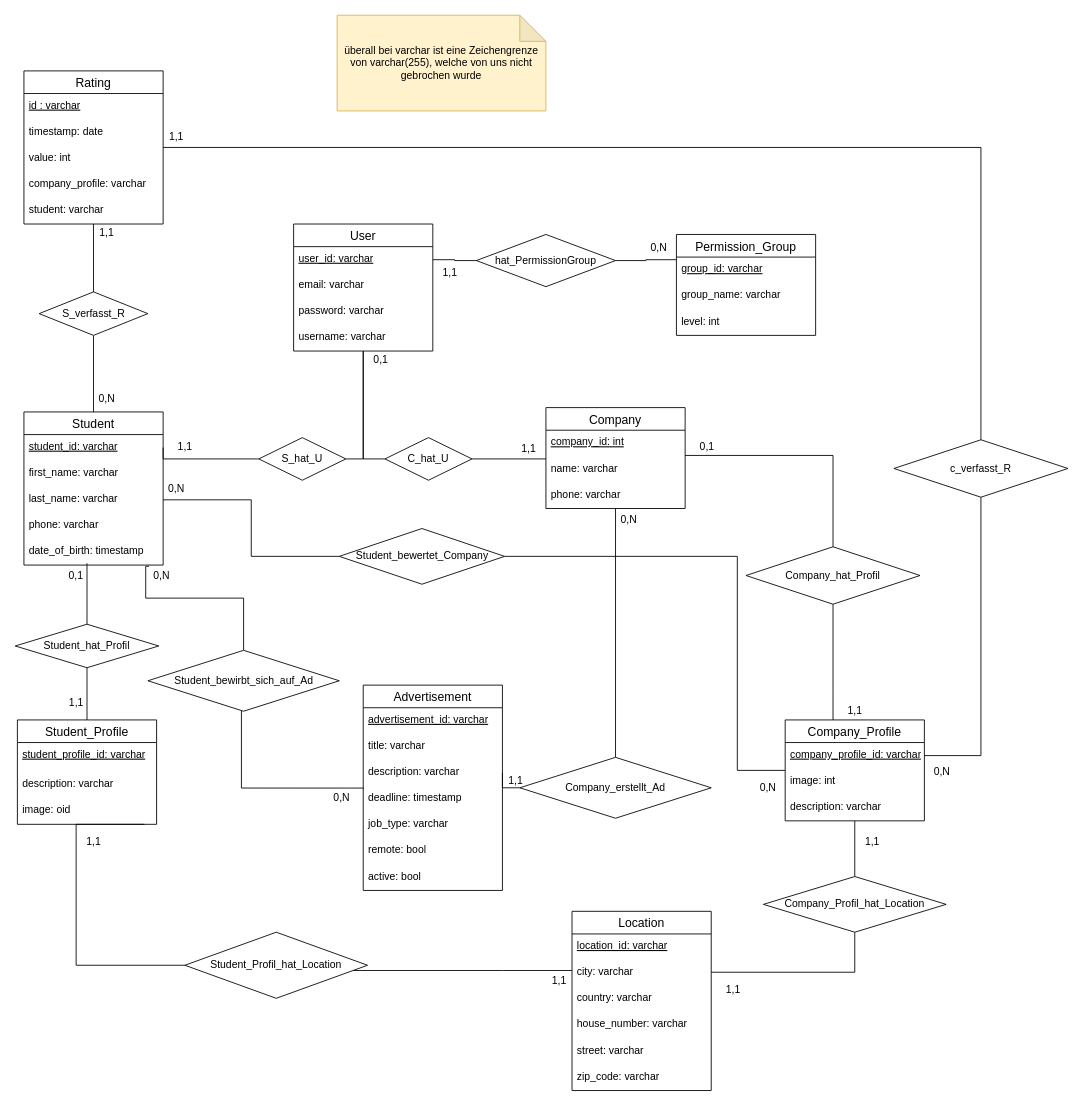
Before: page "Semantisch" (2 of 2) of doc/diagram/ERDiagramm.drawio in KlaraGolubovic/SE02, a draw.io diagram. Source tidied: cells renumbered, new cells numbered last; positions are measured from the earlier drawing's top-left corner, leaving out a move shared by most shapes. Both pictures are drawn from the tidied source at 87%, with x=0, y=0 at pixel (15, 15).
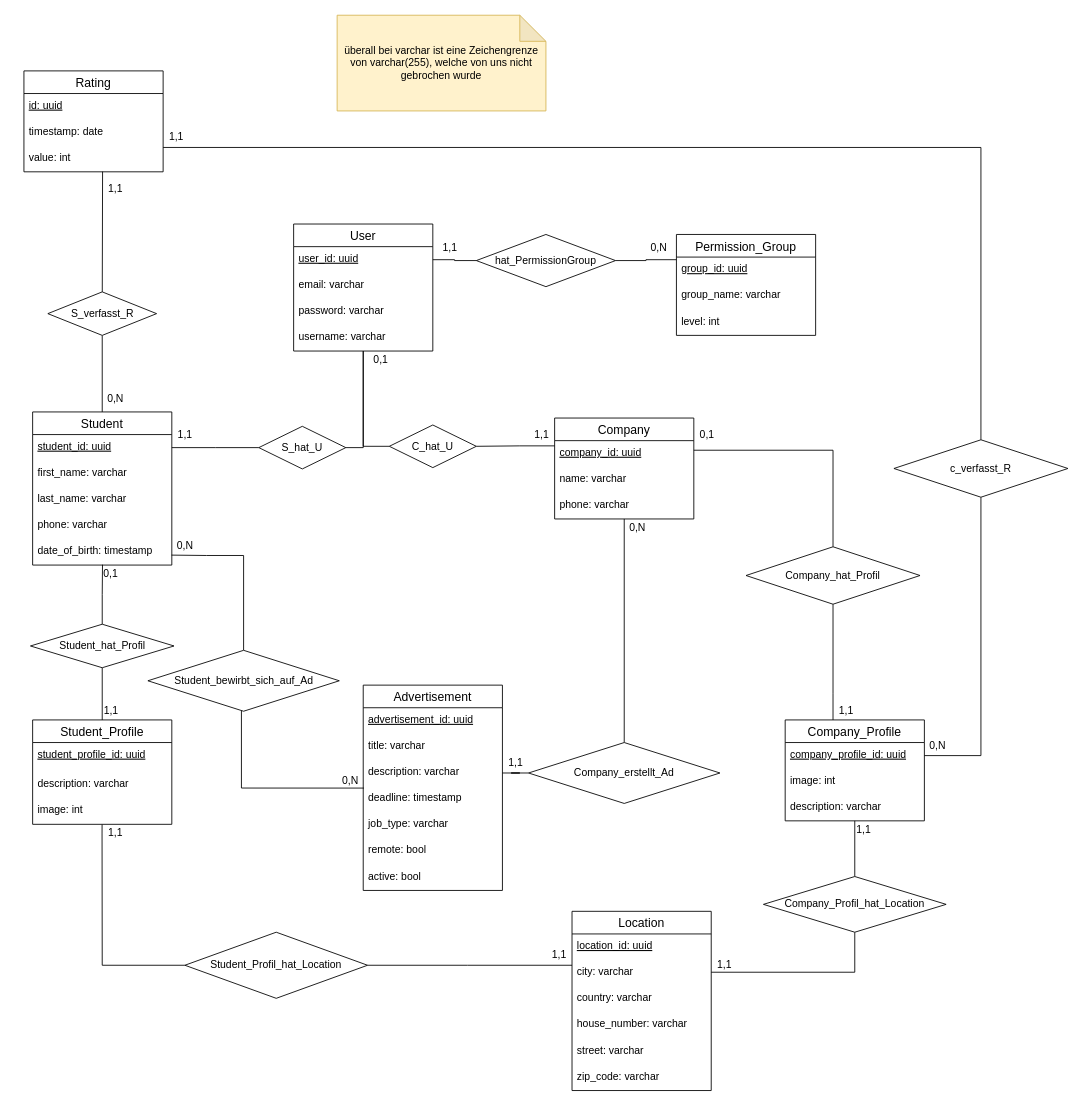
The same page after the edit.

Unchanged cells that the change refers to:
```xml
<mxCell id="6" value="User" style="swimlane;fontStyle=0;horizontal=1;startSize=26;align=center;fontSize=14;" parent="1" vertex="1">
  <mxGeometry x="320" y="240" width="160" height="146" as="geometry" />
</mxCell>
<mxCell id="11" value="Permission_Group" style="swimlane;fontStyle=0;horizontal=1;startSize=26;align=center;fontSize=14;" parent="1" vertex="1">
  <mxGeometry x="760" y="252" width="160" height="116" as="geometry" />
</mxCell>
<mxCell id="16" value="Advertisement" style="swimlane;fontStyle=0;horizontal=1;startSize=26;align=center;fontSize=14;" parent="1" vertex="1">
  <mxGeometry x="400" y="770" width="160" height="236" as="geometry" />
</mxCell>
<mxCell id="30" value="last_name: varchar" style="text;strokeColor=none;fillColor=none;spacingLeft=4;spacingRight=4;overflow=hidden;points=[[0,0.5],[1,0.5]];portConstraint=eastwest;fontSize=12;fontStyle=0;" parent="27" vertex="1">
  <mxGeometry y="86" width="160" height="30" as="geometry" />
</mxCell>
<mxCell id="32" value="date_of_birth: timestamp" style="text;strokeColor=none;fillColor=none;spacingLeft=4;spacingRight=4;overflow=hidden;points=[[0,0.5],[1,0.5]];portConstraint=eastwest;fontSize=12;fontStyle=0;" parent="27" vertex="1">
  <mxGeometry y="146" width="160" height="30" as="geometry" />
</mxCell>
<mxCell id="43" value="Student_bewirbt_sich_auf_Ad" style="shape=rhombus;perimeter=rhombusPerimeter;whiteSpace=wrap;html=1;align=center;fontSize=12;" parent="1" vertex="1">
  <mxGeometry x="152.5" y="730" width="220" height="70" as="geometry" />
</mxCell>
<mxCell id="51" value="Company_Profile" style="swimlane;fontStyle=0;horizontal=1;startSize=26;align=center;fontSize=14;" parent="1" vertex="1">
  <mxGeometry x="885" y="810" width="160" height="116" as="geometry" />
</mxCell>
<mxCell id="59" value="Company_hat_Profil" style="shape=rhombus;perimeter=rhombusPerimeter;whiteSpace=wrap;html=1;align=center;fontSize=12;" parent="1" vertex="1">
  <mxGeometry x="840" y="611" width="200" height="66" as="geometry" />
</mxCell>
<mxCell id="67" value="Location" style="swimlane;fontStyle=0;horizontal=1;startSize=26;align=center;fontSize=14;" parent="1" vertex="1">
  <mxGeometry x="640" y="1030" width="160" height="206" as="geometry" />
</mxCell>
<mxCell id="79" value="Student_Profil_hat_Location" style="shape=rhombus;perimeter=rhombusPerimeter;whiteSpace=wrap;html=1;align=center;fontSize=12;" parent="1" vertex="1">
  <mxGeometry x="195" y="1054" width="210" height="76" as="geometry" />
</mxCell>
<mxCell id="91" value="value: int" style="text;strokeColor=none;fillColor=none;spacingLeft=4;spacingRight=4;overflow=hidden;points=[[0,0.5],[1,0.5]];portConstraint=eastwest;fontSize=12;" parent="88" vertex="1">
  <mxGeometry y="86" width="160" height="30" as="geometry" />
</mxCell>
```

Diff of the diagram source:
```diff
@@
     <mxCell id="4" style="edgeStyle=orthogonalEdgeStyle;rounded=0;jettySize=auto;html=1;entryX=1;entryY=0.5;entryDx=0;entryDy=0;endArrow=none;endFill=0;" parent="1" edge="1" source="6" target="100">
       <mxGeometry relative="1" as="geometry">
         <Array as="points">
-          <mxPoint x="400" y="510" />
+          <mxPoint x="400" y="497" />
         </Array>
       </mxGeometry>
     </mxCell>
     <mxCell id="5" style="edgeStyle=orthogonalEdgeStyle;rounded=0;jettySize=auto;html=1;entryX=0;entryY=0.5;entryDx=0;entryDy=0;endArrow=none;endFill=0;" parent="1" edge="1" source="6" target="101">
-      <mxGeometry relative="1" as="geometry" />
+      <mxGeometry relative="1" as="geometry">
+        <Array as="points">
+          <mxPoint x="400" y="496" />
+        </Array>
+      </mxGeometry>
     </mxCell>
@@
-    <mxCell id="7" value="user_id: varchar" style="text;strokeColor=none;fillColor=none;spacingLeft=4;spacingRight=4;overflow=hidden;points=[[0,0.5],[1,0.5]];portConstraint=eastwest;fontSize=12;fontStyle=4;" parent="6" vertex="1">
+    <mxCell id="7" value="user_id: uuid" style="text;strokeColor=none;fillColor=none;spacingLeft=4;spacingRight=4;overflow=hidden;points=[[0,0.5],[1,0.5]];portConstraint=eastwest;fontSize=12;fontStyle=4;" parent="6" vertex="1">
       <mxGeometry y="26" width="160" height="30" as="geometry" />
     </mxCell>
@@
-    <mxCell id="12" value="group_id: varchar" style="text;strokeColor=none;fillColor=none;spacingLeft=4;spacingRight=4;overflow=hidden;fontSize=12;fontStyle=4;" parent="11" vertex="1">
+    <mxCell id="12" value="group_id: uuid" style="text;strokeColor=none;fillColor=none;spacingLeft=4;spacingRight=4;overflow=hidden;fontSize=12;fontStyle=4;" parent="11" vertex="1">
       <mxGeometry y="26" width="160" height="30" as="geometry" />
     </mxCell>
@@
-    <mxCell id="17" value="advertisement_id: varchar" style="text;strokeColor=none;fillColor=none;spacingLeft=4;spacingRight=4;overflow=hidden;fontSize=12;fontStyle=4;" parent="16" vertex="1">
+    <mxCell id="17" value="advertisement_id: uuid" style="text;strokeColor=none;fillColor=none;spacingLeft=4;spacingRight=4;overflow=hidden;fontSize=12;fontStyle=4;" parent="16" vertex="1">
       <mxGeometry y="26" width="160" height="30" as="geometry" />
     </mxCell>
@@
     <mxCell id="26" value="Company_erstellt_Ad" style="shape=rhombus;perimeter=rhombusPerimeter;whiteSpace=wrap;html=1;align=center;fontSize=12;" parent="1" vertex="1">
-      <mxGeometry x="580" y="853" width="220" height="70" as="geometry" />
+      <mxGeometry x="590" y="836" width="220" height="70" as="geometry" />
     </mxCell>
     <mxCell id="27" value="Student" style="swimlane;fontStyle=0;horizontal=1;startSize=26;align=center;fontSize=14;" parent="1" vertex="1">
-      <mxGeometry x="10" y="456" width="160" height="176" as="geometry" />
+      <mxGeometry x="20" y="456" width="160" height="176" as="geometry" />
     </mxCell>
-    <mxCell id="28" value="student_id: varchar" style="text;strokeColor=none;fillColor=none;spacingLeft=4;spacingRight=4;overflow=hidden;points=[[0,0.5],[1,0.5]];portConstraint=eastwest;fontSize=12;fontStyle=4;" parent="27" vertex="1">
+    <mxCell id="28" value="student_id: uuid" style="text;strokeColor=none;fillColor=none;spacingLeft=4;spacingRight=4;overflow=hidden;points=[[0,0.5],[1,0.5]];portConstraint=eastwest;fontSize=12;fontStyle=4;" parent="27" vertex="1">
       <mxGeometry y="26" width="160" height="30" as="geometry" />
     </mxCell>
@@
     <mxCell id="33" style="edgeStyle=orthogonalEdgeStyle;rounded=0;jettySize=auto;html=1;entryX=1;entryY=0.5;entryDx=0;entryDy=0;endArrow=none;endFill=0;" parent="1" edge="1" source="35" target="101">
       <mxGeometry relative="1" as="geometry">
         <Array as="points">
-          <mxPoint x="720" y="510" />
-          <mxPoint x="720" y="510" />
+          <mxPoint x="580" y="495" />
+          <mxPoint x="580" y="495" />
         </Array>
       </mxGeometry>
     </mxCell>
     <mxCell id="34" style="edgeStyle=orthogonalEdgeStyle;rounded=0;jettySize=auto;html=1;entryX=0.5;entryY=0;entryDx=0;entryDy=0;endArrow=none;endFill=0;" parent="1" edge="1" source="35" target="59">
       <mxGeometry relative="1" as="geometry">
         <Array as="points">
-          <mxPoint x="940" y="506" />
+          <mxPoint x="940" y="500" />
         </Array>
       </mxGeometry>
     </mxCell>
     <mxCell id="35" value="Company" style="swimlane;fontStyle=0;horizontal=1;startSize=26;align=center;fontSize=14;" parent="1" vertex="1">
-      <mxGeometry x="610" y="451" width="160" height="116" as="geometry" />
+      <mxGeometry x="620" y="463" width="160" height="116" as="geometry" />
     </mxCell>
-    <mxCell id="36" value="company_id: int" style="text;strokeColor=none;fillColor=none;spacingLeft=4;spacingRight=4;overflow=hidden;fontSize=12;fontStyle=4;" parent="35" vertex="1">
+    <mxCell id="36" value="company_id: uuid" style="text;strokeColor=none;fillColor=none;spacingLeft=4;spacingRight=4;overflow=hidden;fontSize=12;fontStyle=4;" parent="35" vertex="1">
       <mxGeometry y="26" width="160" height="30" as="geometry" />
     </mxCell>
@@
     <mxCell id="39" value="1,1" style="text;html=1;strokeColor=none;fillColor=none;align=center;verticalAlign=middle;whiteSpace=wrap;rounded=0;fontSize=12;" parent="1" vertex="1">
-      <mxGeometry x="470" y="281" width="60" height="30" as="geometry" />
+      <mxGeometry x="470" y="252" width="60" height="30" as="geometry" />
     </mxCell>
@@
-    <mxCell id="42" style="edgeStyle=orthogonalEdgeStyle;rounded=0;jettySize=auto;html=1;entryX=0.899;entryY=1.046;entryDx=0;entryDy=0;endArrow=none;endFill=0;entryPerimeter=0;" parent="1" edge="1" source="43" target="32">
+    <mxCell id="42" style="edgeStyle=orthogonalEdgeStyle;rounded=0;jettySize=auto;html=1;endArrow=none;endFill=0;entryX=0.998;entryY=0.619;entryDx=0;entryDy=0;entryPerimeter=0;" parent="1" edge="1" source="43" target="32">
       <mxGeometry relative="1" as="geometry">
         <Array as="points">
-          <mxPoint x="262" y="670" />
-          <mxPoint x="150" y="670" />
-          <mxPoint x="150" y="633" />
+          <mxPoint x="263" y="621" />
+          <mxPoint x="220" y="621" />
         </Array>
       </mxGeometry>
     </mxCell>
@@
     <mxCell id="44" value="0,1" style="text;html=1;strokeColor=none;fillColor=none;align=center;verticalAlign=middle;whiteSpace=wrap;rounded=0;fontSize=12;" parent="1" vertex="1">
-      <mxGeometry x="40" y="629" width="60" height="30" as="geometry" />
+      <mxGeometry x="100" y="632" width="20" height="20" as="geometry" />
     </mxCell>
-    <mxCell id="45" style="edgeStyle=orthogonalEdgeStyle;rounded=0;jettySize=auto;html=1;endArrow=none;endFill=0;entryX=0;entryY=0.5;entryDx=0;entryDy=0;" parent="1" edge="1" target="79">
+    <mxCell id="45" style="edgeStyle=orthogonalEdgeStyle;rounded=0;jettySize=auto;html=1;endArrow=none;endFill=0;entryX=0;entryY=0.5;entryDx=0;entryDy=0;exitX=0.499;exitY=1.008;exitDx=0;exitDy=0;exitPerimeter=0;" parent="1" edge="1" source="49" target="79">
       <mxGeometry relative="1" as="geometry">
-        <mxPoint x="148.5" y="930" as="sourcePoint" />
         <Array as="points">
-          <mxPoint x="70" y="930" />
-          <mxPoint x="70" y="1092" />
+          <mxPoint x="100" y="940" />
+          <mxPoint x="100" y="940" />
+          <mxPoint x="100" y="1092" />
         </Array>
       </mxGeometry>
     </mxCell>
     <mxCell id="46" value="Student_Profile" style="swimlane;fontStyle=0;horizontal=1;startSize=26;align=center;fontSize=14;" parent="1" vertex="1">
-      <mxGeometry x="2.5" y="810" width="160" height="120" as="geometry" />
+      <mxGeometry x="20" y="810" width="160" height="120" as="geometry" />
     </mxCell>
-    <mxCell id="47" value="student_profile_id: varchar" style="text;strokeColor=none;fillColor=none;spacingLeft=4;spacingRight=4;overflow=hidden;fontSize=12;fontStyle=4;" parent="46" vertex="1">
+    <mxCell id="47" value="student_profile_id: uuid" style="text;strokeColor=none;fillColor=none;spacingLeft=4;spacingRight=4;overflow=hidden;fontSize=12;fontStyle=4;" parent="46" vertex="1">
       <mxGeometry y="26" width="160" height="34" as="geometry" />
     </mxCell>
@@
-    <mxCell id="49" value="image: oid" style="text;strokeColor=none;fillColor=none;spacingLeft=4;spacingRight=4;overflow=hidden;points=[[0,0.5],[1,0.5]];portConstraint=eastwest;fontSize=12;" parent="46" vertex="1">
+    <mxCell id="49" value="image: int" style="text;strokeColor=none;fillColor=none;spacingLeft=4;spacingRight=4;overflow=hidden;points=[[0,0.5],[1,0.5]];portConstraint=eastwest;fontSize=12;" parent="46" vertex="1">
       <mxGeometry y="90" width="160" height="30" as="geometry" />
     </mxCell>
@@
-    <mxCell id="52" value="company_profile_id: varchar" style="text;strokeColor=none;fillColor=none;spacingLeft=4;spacingRight=4;overflow=hidden;points=[[0,0.5],[1,0.5]];portConstraint=eastwest;fontSize=12;fontStyle=4;" parent="51" vertex="1">
+    <mxCell id="52" value="company_profile_id: uuid" style="text;strokeColor=none;fillColor=none;spacingLeft=4;spacingRight=4;overflow=hidden;points=[[0,0.5],[1,0.5]];portConstraint=eastwest;fontSize=12;fontStyle=4;" parent="51" vertex="1">
       <mxGeometry y="26" width="160" height="30" as="geometry" />
     </mxCell>
@@
-    <mxCell id="56" style="edgeStyle=orthogonalEdgeStyle;rounded=0;jettySize=auto;html=1;endArrow=none;endFill=0;" parent="1" edge="1" source="57">
-      <mxGeometry relative="1" as="geometry">
-        <mxPoint x="82.5" y="630" as="targetPoint" />
-      </mxGeometry>
+    <mxCell id="56" style="edgeStyle=orthogonalEdgeStyle;rounded=0;jettySize=auto;html=1;endArrow=none;endFill=0;entryX=0.502;entryY=0.987;entryDx=0;entryDy=0;entryPerimeter=0;" parent="1" edge="1" source="57" target="32">
+      <mxGeometry relative="1" as="geometry" />
     </mxCell>
     <mxCell id="57" value="Student_hat_Profil" style="shape=rhombus;perimeter=rhombusPerimeter;whiteSpace=wrap;html=1;align=center;fontSize=12;" parent="1" vertex="1">
-      <mxGeometry y="700" width="165" height="50" as="geometry" />
+      <mxGeometry x="17.5" y="700" width="165" height="50" as="geometry" />
     </mxCell>
@@
     <mxCell id="60" value="1,1" style="text;html=1;align=center;verticalAlign=middle;strokeColor=none;fillColor=none;" parent="1" vertex="1">
-      <mxGeometry x="560" y="870" width="30" height="20" as="geometry" />
+      <mxGeometry x="560" y="850" width="30" height="20" as="geometry" />
     </mxCell>
     <mxCell id="61" value="1,1" style="text;html=1;align=center;verticalAlign=middle;strokeColor=none;fillColor=none;" parent="1" vertex="1">
-      <mxGeometry x="950" y="790" width="30" height="20" as="geometry" />
+      <mxGeometry x="940" y="790" width="30" height="20" as="geometry" />
     </mxCell>
     <mxCell id="62" value="1,1" style="text;html=1;align=center;verticalAlign=middle;strokeColor=none;fillColor=none;" parent="1" vertex="1">
-      <mxGeometry x="55" y="780" width="30" height="20" as="geometry" />
+      <mxGeometry x="95" y="790" width="30" height="20" as="geometry" />
     </mxCell>
     <mxCell id="63" value="0,N" style="text;html=1;align=center;verticalAlign=middle;strokeColor=none;fillColor=none;" parent="1" vertex="1">
-      <mxGeometry x="152.5" y="634" width="30" height="20" as="geometry" />
+      <mxGeometry x="180" y="600" width="30" height="20" as="geometry" />
     </mxCell>
     <mxCell id="64" value="0,N" style="text;html=1;align=center;verticalAlign=middle;strokeColor=none;fillColor=none;" parent="1" vertex="1">
-      <mxGeometry x="360" y="890" width="30" height="20" as="geometry" />
+      <mxGeometry x="370" y="870" width="30" height="20" as="geometry" />
     </mxCell>
     <mxCell id="65" value="0,N" style="text;html=1;align=center;verticalAlign=middle;strokeColor=none;fillColor=none;" parent="1" vertex="1">
-      <mxGeometry x="690" y="570" width="30" height="20" as="geometry" />
+      <mxGeometry x="700" y="579" width="30" height="20" as="geometry" />
     </mxCell>
     <mxCell id="66" value="1,1" style="text;html=1;align=center;verticalAlign=middle;strokeColor=none;fillColor=none;" parent="1" vertex="1">
-      <mxGeometry x="810" y="1110" width="30" height="20" as="geometry" />
+      <mxGeometry x="800" y="1082" width="30" height="20" as="geometry" />
     </mxCell>
@@
-    <mxCell id="68" value="location_id: varchar" style="text;strokeColor=none;fillColor=none;spacingLeft=4;spacingRight=4;overflow=hidden;fontSize=12;fontStyle=4;" parent="67" vertex="1">
+    <mxCell id="68" value="location_id: uuid" style="text;strokeColor=none;fillColor=none;spacingLeft=4;spacingRight=4;overflow=hidden;fontSize=12;fontStyle=4;" parent="67" vertex="1">
       <mxGeometry y="26" width="160" height="30" as="geometry" />
     </mxCell>
@@
     <mxCell id="76" value="0,1" style="text;html=1;align=center;verticalAlign=middle;strokeColor=none;fillColor=none;" parent="1" vertex="1">
-      <mxGeometry x="780" y="485.5" width="30" height="20" as="geometry" />
+      <mxGeometry x="780" y="472.5" width="30" height="20" as="geometry" />
     </mxCell>
     <mxCell id="77" value="1,1" style="text;html=1;align=center;verticalAlign=middle;strokeColor=none;fillColor=none;" parent="1" vertex="1">
-      <mxGeometry x="970" y="940" width="30" height="20" as="geometry" />
+      <mxGeometry x="960" y="926" width="30" height="20" as="geometry" />
     </mxCell>
     <mxCell id="78" style="edgeStyle=orthogonalEdgeStyle;rounded=0;jettySize=auto;html=1;endArrow=none;endFill=0;" parent="1" edge="1" source="79" target="67">
       <mxGeometry relative="1" as="geometry">
         <Array as="points">
-          <mxPoint x="560" y="1098" />
-          <mxPoint x="560" y="1098" />
+          <mxPoint x="520" y="1092" />
+          <mxPoint x="520" y="1092" />
         </Array>
       </mxGeometry>
     </mxCell>
@@
     <mxCell id="80" value="1,1" style="text;html=1;align=center;verticalAlign=middle;strokeColor=none;fillColor=none;" parent="1" vertex="1">
-      <mxGeometry x="75" y="940" width="30" height="20" as="geometry" />
+      <mxGeometry x="100" y="930" width="30" height="20" as="geometry" />
     </mxCell>
     <mxCell id="81" value="1,1" style="text;html=1;align=center;verticalAlign=middle;strokeColor=none;fillColor=none;" parent="1" vertex="1">
-      <mxGeometry x="610" y="1100" width="30" height="20" as="geometry" />
+      <mxGeometry x="610" y="1070" width="30" height="20" as="geometry" />
     </mxCell>
-    <mxCell id="82" style="edgeStyle=orthogonalEdgeStyle;rounded=0;jettySize=auto;html=1;endArrow=none;endFill=0;exitX=1;exitY=0.5;exitDx=0;exitDy=0;" parent="1" edge="1" source="84" target="51">
-      <mxGeometry relative="1" as="geometry">
-        <Array as="points">
-          <mxPoint x="830" y="622" />
-          <mxPoint x="830" y="868" />
-        </Array>
-      </mxGeometry>
-    </mxCell>
-    <mxCell id="83" style="edgeStyle=orthogonalEdgeStyle;rounded=0;jettySize=auto;html=1;endArrow=none;endFill=0;exitX=0;exitY=0.5;exitDx=0;exitDy=0;" parent="1" edge="1" source="84" target="30">
-      <mxGeometry relative="1" as="geometry" />
-    </mxCell>
-    <mxCell id="84" value="Student_bewertet_Company" style="shape=rhombus;perimeter=rhombusPerimeter;whiteSpace=wrap;html=1;align=center;fontSize=12;" parent="1" vertex="1">
-      <mxGeometry x="372.5" y="590" width="190" height="64" as="geometry" />
-    </mxCell>
-    <mxCell id="85" value="0,N" style="text;html=1;align=center;verticalAlign=middle;strokeColor=none;fillColor=none;" parent="1" vertex="1">
-      <mxGeometry x="170" y="534" width="30" height="20" as="geometry" />
-    </mxCell>
-    <mxCell id="86" value="0,N" style="text;html=1;align=center;verticalAlign=middle;strokeColor=none;fillColor=none;" parent="1" vertex="1">
-      <mxGeometry x="850" y="878" width="30" height="20" as="geometry" />
-    </mxCell>
@@
     <mxCell id="88" value="Rating" style="swimlane;fontStyle=0;horizontal=1;startSize=26;align=center;fontSize=14;" parent="1" vertex="1">
-      <mxGeometry x="10" y="64" width="160" height="176" as="geometry" />
+      <mxGeometry x="10" y="64" width="160" height="116" as="geometry" />
     </mxCell>
-    <mxCell id="89" value="id : varchar" style="text;strokeColor=none;fillColor=none;spacingLeft=4;spacingRight=4;overflow=hidden;fontSize=12;fontStyle=4;" parent="88" vertex="1">
+    <mxCell id="89" value="id: uuid" style="text;strokeColor=none;fillColor=none;spacingLeft=4;spacingRight=4;overflow=hidden;fontSize=12;fontStyle=4;" parent="88" vertex="1">
       <mxGeometry y="26" width="160" height="30" as="geometry" />
     </mxCell>
@@
-    <mxCell id="92" value="company_profile: varchar" style="text;strokeColor=none;fillColor=none;spacingLeft=4;spacingRight=4;overflow=hidden;fontSize=12;" parent="88" vertex="1">
-      <mxGeometry y="116" width="160" height="30" as="geometry" />
-    </mxCell>
-    <mxCell id="93" value="student: varchar" style="text;strokeColor=none;fillColor=none;spacingLeft=4;spacingRight=4;overflow=hidden;points=[[0,0.5],[1,0.5]];portConstraint=eastwest;fontSize=12;" parent="88" vertex="1">
-      <mxGeometry y="146" width="160" height="30" as="geometry" />
-    </mxCell>
-    <mxCell id="94" style="edgeStyle=none;html=1;endArrow=none;endFill=0;" parent="1" edge="1" source="96" target="93">
+    <mxCell id="94" style="edgeStyle=none;html=1;endArrow=none;endFill=0;entryX=0.565;entryY=0.993;entryDx=0;entryDy=0;entryPerimeter=0;" parent="1" edge="1" source="96" target="91">
       <mxGeometry relative="1" as="geometry" />
     </mxCell>
@@
     <mxCell id="96" value="S_verfasst_R" style="shape=rhombus;perimeter=rhombusPerimeter;whiteSpace=wrap;html=1;align=center;" parent="1" vertex="1">
-      <mxGeometry x="27.5" y="318" width="125" height="50" as="geometry" />
+      <mxGeometry x="37.5" y="318" width="125" height="50" as="geometry" />
     </mxCell>
     <mxCell id="97" value="1,1" style="text;html=1;align=center;verticalAlign=middle;strokeColor=none;fillColor=none;" parent="1" vertex="1">
-      <mxGeometry x="90" y="240" width="30" height="20" as="geometry" />
+      <mxGeometry x="100" y="190" width="30" height="20" as="geometry" />
     </mxCell>
     <mxCell id="98" value="0,N" style="text;html=1;align=center;verticalAlign=middle;strokeColor=none;fillColor=none;" parent="1" vertex="1">
-      <mxGeometry x="90" y="431" width="30" height="20" as="geometry" />
+      <mxGeometry x="100" y="431" width="30" height="20" as="geometry" />
     </mxCell>
     <mxCell id="99" style="edgeStyle=orthogonalEdgeStyle;rounded=0;jettySize=auto;html=1;entryX=1;entryY=0.5;entryDx=0;entryDy=0;endArrow=none;endFill=0;" parent="1" edge="1" source="100" target="28">
       <mxGeometry relative="1" as="geometry">
         <Array as="points">
-          <mxPoint x="170" y="510" />
+          <mxPoint x="230" y="497" />
+          <mxPoint x="230" y="497" />
         </Array>
       </mxGeometry>
     </mxCell>
     <mxCell id="100" value="S_hat_U" style="shape=rhombus;perimeter=rhombusPerimeter;whiteSpace=wrap;html=1;align=center;" parent="1" vertex="1">
-      <mxGeometry x="280" y="485.5" width="100" height="49" as="geometry" />
+      <mxGeometry x="280" y="472.5" width="100" height="49" as="geometry" />
     </mxCell>
     <mxCell id="101" value="C_hat_U" style="shape=rhombus;perimeter=rhombusPerimeter;whiteSpace=wrap;html=1;align=center;" parent="1" vertex="1">
-      <mxGeometry x="425" y="485.5" width="100" height="49" as="geometry" />
+      <mxGeometry x="430" y="471" width="100" height="49" as="geometry" />
     </mxCell>
@@
     <mxCell id="103" value="1,1" style="text;html=1;align=center;verticalAlign=middle;strokeColor=none;fillColor=none;" parent="1" vertex="1">
-      <mxGeometry x="180" y="485.5" width="30" height="20" as="geometry" />
+      <mxGeometry x="180" y="472.5" width="30" height="20" as="geometry" />
     </mxCell>
@@
     <mxCell id="108" value="0,N" style="text;html=1;align=center;verticalAlign=middle;strokeColor=none;fillColor=none;" parent="1" vertex="1">
-      <mxGeometry x="1050" y="860" width="30" height="20" as="geometry" />
+      <mxGeometry x="1045" y="830" width="30" height="20" as="geometry" />
     </mxCell>
     <mxCell id="109" value="1,1" style="text;html=1;align=center;verticalAlign=middle;strokeColor=none;fillColor=none;" parent="1" vertex="1">
-      <mxGeometry x="575" y="488" width="30" height="20" as="geometry" />
+      <mxGeometry x="590" y="472.5" width="30" height="20" as="geometry" />
     </mxCell>
```
